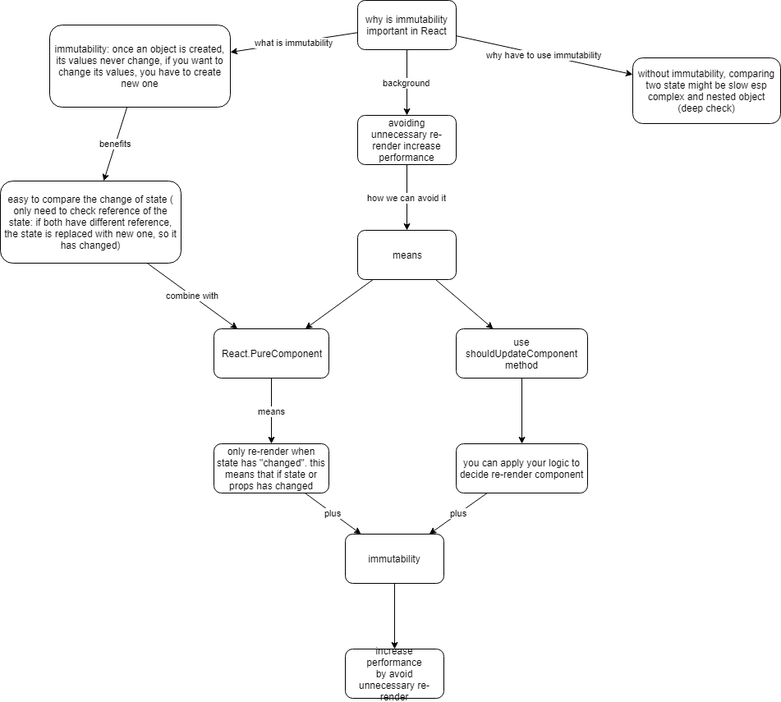
stsiwo/react_redux_concept keeps this draw.io diagram as immutability.png. Above is the earlier version. Source tidied: cells renumbered, new cells last; positions are measured from the earlier drawing's top-left corner, leaving out a move shared by most shapes. The source it was exported from:
```xml
<mxGraphModel>
  <root>
    <mxCell id="0" />
    <mxCell id="1" parent="0" />
    <mxCell id="2" value="background" style="edgeStyle=orthogonalEdgeStyle;rounded=0;html=1;jettySize=auto;" parent="1" edge="1" source="5" target="12">
      <mxGeometry relative="1" as="geometry" />
    </mxCell>
    <mxCell id="3" value="what is immutability" style="edgeStyle=none;rounded=0;html=1;jettySize=auto;" parent="1" edge="1" source="5" target="8">
      <mxGeometry relative="1" as="geometry" />
    </mxCell>
    <mxCell id="4" value="why have to use immutability" style="edgeStyle=none;rounded=0;html=1;jettySize=auto;" parent="1" edge="1" source="5" target="6">
      <mxGeometry relative="1" as="geometry" />
    </mxCell>
    <mxCell id="5" value="why is immutability important in React" style="rounded=1;whiteSpace=wrap;html=1;" parent="1" vertex="1">
      <mxGeometry x="435" width="120" height="60" as="geometry" />
    </mxCell>
    <mxCell id="6" value="without immutability, comparing two state might be slow esp complex and nested object&lt;br&gt;(deep check)&lt;br&gt;" style="rounded=1;whiteSpace=wrap;html=1;" parent="1" vertex="1">
      <mxGeometry x="770" y="70" width="180" height="80" as="geometry" />
    </mxCell>
    <mxCell id="7" value="benefits" style="edgeStyle=none;rounded=0;html=1;jettySize=auto;" parent="1" edge="1" source="8" target="10">
      <mxGeometry relative="1" as="geometry" />
    </mxCell>
    <mxCell id="8" value="immutability: once an object is created, its values never change, if you want to change its values, you have to create new one" style="rounded=1;whiteSpace=wrap;html=1;" parent="1" vertex="1">
      <mxGeometry x="60" y="30" width="220" height="100" as="geometry" />
    </mxCell>
    <mxCell id="9" value="combine with" style="edgeStyle=none;rounded=0;html=1;jettySize=auto;" parent="1" edge="1" source="10" target="21">
      <mxGeometry relative="1" as="geometry" />
    </mxCell>
    <mxCell id="10" value="easy to compare the change of state ( only need to check reference of the state: if both have different reference, the state is replaced with new one, so it has changed)" style="rounded=1;whiteSpace=wrap;html=1;" parent="1" vertex="1">
      <mxGeometry y="220" width="220" height="100" as="geometry" />
    </mxCell>
    <mxCell id="11" value="how we can avoid it" style="edgeStyle=orthogonalEdgeStyle;rounded=0;html=1;jettySize=auto;" parent="1" edge="1" source="12" target="15">
      <mxGeometry relative="1" as="geometry" />
    </mxCell>
    <mxCell id="12" value="avoiding unnecessary re-render increase performance" style="rounded=1;whiteSpace=wrap;html=1;" parent="1" vertex="1">
      <mxGeometry x="435" y="140" width="120" height="60" as="geometry" />
    </mxCell>
    <mxCell id="13" style="rounded=0;html=1;jettySize=auto;" parent="1" edge="1" source="15" target="21">
      <mxGeometry relative="1" as="geometry" />
    </mxCell>
    <mxCell id="14" style="edgeStyle=none;rounded=0;html=1;jettySize=auto;" parent="1" edge="1" source="15" target="17">
      <mxGeometry relative="1" as="geometry" />
    </mxCell>
    <mxCell id="15" value="means" style="rounded=1;whiteSpace=wrap;html=1;" parent="1" vertex="1">
      <mxGeometry x="435" y="280" width="120" height="60" as="geometry" />
    </mxCell>
    <mxCell id="16" style="edgeStyle=none;rounded=0;html=1;jettySize=auto;" parent="1" edge="1" source="17" target="19">
      <mxGeometry relative="1" as="geometry" />
    </mxCell>
    <mxCell id="17" value="use shouldUpdateComponent method" style="rounded=1;whiteSpace=wrap;html=1;" parent="1" vertex="1">
      <mxGeometry x="555" y="400" width="160" height="60" as="geometry" />
    </mxCell>
    <mxCell id="18" value="plus" style="edgeStyle=none;rounded=0;html=1;jettySize=auto;" parent="1" edge="1" source="19" target="25">
      <mxGeometry relative="1" as="geometry" />
    </mxCell>
    <mxCell id="19" value="you can apply your logic to decide re-render component" style="rounded=1;whiteSpace=wrap;html=1;" parent="1" vertex="1">
      <mxGeometry x="555" y="540" width="160" height="60" as="geometry" />
    </mxCell>
    <mxCell id="20" value="means" style="edgeStyle=none;rounded=0;html=1;jettySize=auto;" parent="1" edge="1" source="21" target="23">
      <mxGeometry relative="1" as="geometry" />
    </mxCell>
    <mxCell id="21" value="React.PureComponent" style="rounded=1;whiteSpace=wrap;html=1;" parent="1" vertex="1">
      <mxGeometry x="260" y="400" width="140" height="60" as="geometry" />
    </mxCell>
    <mxCell id="22" value="plus" style="edgeStyle=none;rounded=0;html=1;jettySize=auto;" parent="1" edge="1" source="23" target="25">
      <mxGeometry relative="1" as="geometry" />
    </mxCell>
    <mxCell id="23" value="only re-render when state has &quot;changed&quot;. this means that if state or props has changed" style="rounded=1;whiteSpace=wrap;html=1;" parent="1" vertex="1">
      <mxGeometry x="260" y="540" width="140" height="60" as="geometry" />
    </mxCell>
    <mxCell id="24" style="edgeStyle=none;rounded=0;html=1;jettySize=auto;" parent="1" edge="1" source="25" target="26">
      <mxGeometry relative="1" as="geometry" />
    </mxCell>
    <mxCell id="25" value="immutability" style="rounded=1;whiteSpace=wrap;html=1;" parent="1" vertex="1">
      <mxGeometry x="420" y="650" width="120" height="60" as="geometry" />
    </mxCell>
    <mxCell id="26" value="increase performance&lt;br&gt;by avoid unnecessary re-render&lt;br&gt;" style="rounded=1;whiteSpace=wrap;html=1;" parent="1" vertex="1">
      <mxGeometry x="420" y="790" width="120" height="60" as="geometry" />
    </mxCell>
  </root>
</mxGraphModel>
```
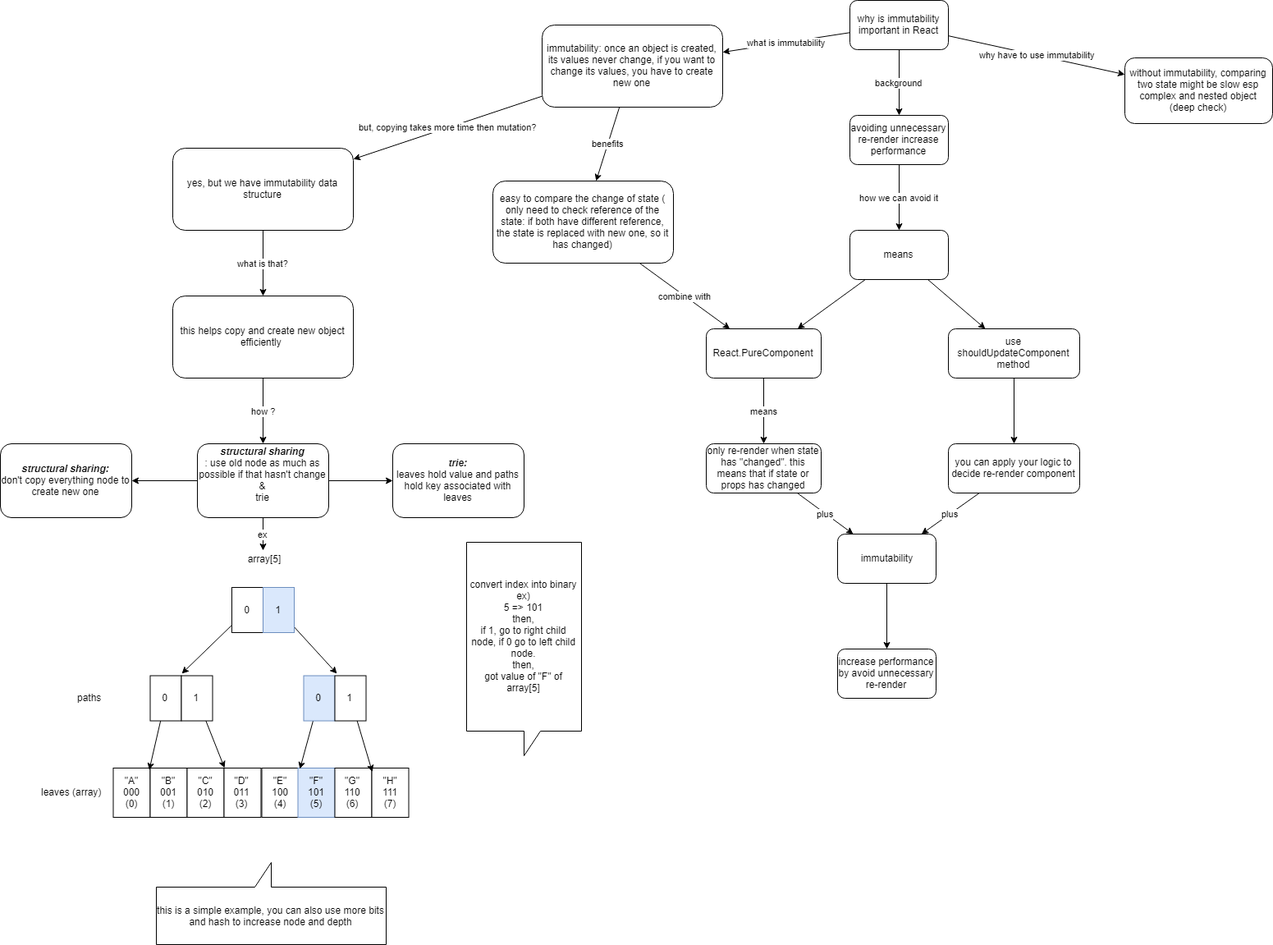
The same diagram one commit later.

The edit, as a diff of the source:
```diff
@@ -20,9 +20,44 @@
     <mxCell id="7" value="benefits" style="edgeStyle=none;rounded=0;html=1;jettySize=auto;" parent="1" edge="1" source="8" target="10">
       <mxGeometry relative="1" as="geometry" />
     </mxCell>
+    <mxCell id="27" value="but, copying takes more time then mutation?" style="rounded=0;html=1;jettySize=auto;" parent="1" edge="1" source="8" target="29">
+      <mxGeometry relative="1" as="geometry" />
+    </mxCell>
     <mxCell id="8" value="immutability: once an object is created, its values never change, if you want to change its values, you have to create new one" style="rounded=1;whiteSpace=wrap;html=1;" parent="1" vertex="1">
       <mxGeometry x="60" y="30" width="220" height="100" as="geometry" />
     </mxCell>
+    <mxCell id="28" value="what is that?" style="edgeStyle=none;rounded=0;html=1;jettySize=auto;" parent="1" edge="1" source="29" target="31">
+      <mxGeometry relative="1" as="geometry" />
+    </mxCell>
+    <mxCell id="29" value="yes, but we have immutability data structure" style="rounded=1;whiteSpace=wrap;html=1;" parent="1" vertex="1">
+      <mxGeometry x="-390" y="180" width="220" height="100" as="geometry" />
+    </mxCell>
+    <mxCell id="30" value="how ?" style="edgeStyle=none;rounded=0;html=1;jettySize=auto;" parent="1" edge="1" source="31" target="35">
+      <mxGeometry relative="1" as="geometry" />
+    </mxCell>
+    <mxCell id="31" value="this helps copy and create new object efficiently&amp;nbsp;" style="rounded=1;whiteSpace=wrap;html=1;" parent="1" vertex="1">
+      <mxGeometry x="-390" y="360" width="220" height="100" as="geometry" />
+    </mxCell>
+    <mxCell id="32" value="ex" style="edgeStyle=none;rounded=0;html=1;jettySize=auto;" parent="1" edge="1" source="35">
+      <mxGeometry relative="1" as="geometry">
+        <mxPoint x="-280" y="670" as="targetPoint" />
+      </mxGeometry>
+    </mxCell>
+    <mxCell id="33" style="edgeStyle=none;rounded=0;html=1;jettySize=auto;" parent="1" edge="1" source="35" target="37">
+      <mxGeometry relative="1" as="geometry" />
+    </mxCell>
+    <mxCell id="34" style="edgeStyle=none;rounded=0;html=1;jettySize=auto;" parent="1" edge="1" source="35" target="36">
+      <mxGeometry relative="1" as="geometry" />
+    </mxCell>
+    <mxCell id="35" value="&lt;b&gt;&lt;i&gt;structural sharing&lt;/i&gt;&lt;/b&gt;&lt;br&gt;: use old node as much as possible if that hasn't change&lt;br&gt;&amp;amp;&lt;br&gt;trie&lt;br&gt;&lt;br&gt;" style="rounded=1;whiteSpace=wrap;html=1;" parent="1" vertex="1">
+      <mxGeometry x="-360" y="540" width="160" height="90" as="geometry" />
+    </mxCell>
+    <mxCell id="36" value="&lt;i style=&quot;font-weight: bold&quot;&gt;trie:&lt;/i&gt;&lt;br&gt;leaves hold value and paths hold key associated with leaves&lt;br&gt;" style="rounded=1;whiteSpace=wrap;html=1;" parent="1" vertex="1">
+      <mxGeometry x="-122" y="540" width="160" height="90" as="geometry" />
+    </mxCell>
+    <mxCell id="37" value="&lt;b&gt;&lt;i&gt;structural sharing:&lt;/i&gt;&lt;/b&gt;&lt;br&gt;don't copy everything node to create new one&lt;br&gt;" style="rounded=1;whiteSpace=wrap;html=1;" parent="1" vertex="1">
+      <mxGeometry x="-600" y="540" width="160" height="90" as="geometry" />
+    </mxCell>
     <mxCell id="9" value="combine with" style="edgeStyle=none;rounded=0;html=1;jettySize=auto;" parent="1" edge="1" source="10" target="21">
       <mxGeometry relative="1" as="geometry" />
     </mxCell>
@@ -77,5 +112,84 @@
     <mxCell id="26" value="increase performance&lt;br&gt;by avoid unnecessary re-render&lt;br&gt;" style="rounded=1;whiteSpace=wrap;html=1;" parent="1" vertex="1">
       <mxGeometry x="420" y="790" width="120" height="60" as="geometry" />
     </mxCell>
+    <mxCell id="38" value="&quot;A&quot;&lt;br&gt;000&lt;br&gt;(0)&lt;br&gt;" style="rounded=0;whiteSpace=wrap;html=1;" parent="1" vertex="1">
+      <mxGeometry x="-462.5" y="935" width="45" height="60" as="geometry" />
+    </mxCell>
+    <mxCell id="39" value="&quot;B&quot;&lt;br&gt;001&lt;br&gt;(1)&lt;br&gt;" style="rounded=0;whiteSpace=wrap;html=1;" parent="1" vertex="1">
+      <mxGeometry x="-417.5" y="935" width="45" height="60" as="geometry" />
+    </mxCell>
+    <mxCell id="40" value="&quot;C&quot;&lt;br&gt;010&lt;br&gt;(2)&lt;br&gt;" style="rounded=0;whiteSpace=wrap;html=1;" parent="1" vertex="1">
+      <mxGeometry x="-372.5" y="935" width="45" height="60" as="geometry" />
+    </mxCell>
+    <mxCell id="41" value="&quot;D&quot;&lt;br&gt;011&lt;br&gt;(3)&lt;br&gt;" style="rounded=0;whiteSpace=wrap;html=1;" parent="1" vertex="1">
+      <mxGeometry x="-327.5" y="935" width="45" height="60" as="geometry" />
+    </mxCell>
+    <mxCell id="42" value="&quot;E&quot;&lt;br&gt;100&lt;br&gt;(4)&lt;br&gt;" style="rounded=0;whiteSpace=wrap;html=1;" parent="1" vertex="1">
+      <mxGeometry x="-281.5" y="935" width="45" height="60" as="geometry" />
+    </mxCell>
+    <mxCell id="43" value="&quot;F&quot;&lt;br&gt;101&lt;br&gt;(5)&lt;br&gt;" style="rounded=0;whiteSpace=wrap;html=1;fillColor=#dae8fc;strokeColor=#6c8ebf;" parent="1" vertex="1">
+      <mxGeometry x="-237.5" y="935" width="45" height="60" as="geometry" />
+    </mxCell>
+    <mxCell id="44" value="&quot;G&quot;&lt;br&gt;110&lt;br&gt;(6)&lt;br&gt;" style="rounded=0;whiteSpace=wrap;html=1;" parent="1" vertex="1">
+      <mxGeometry x="-192.5" y="935" width="45" height="60" as="geometry" />
+    </mxCell>
+    <mxCell id="45" value="&quot;H&quot;&lt;br&gt;111&lt;br&gt;(7)&lt;br&gt;" style="rounded=0;whiteSpace=wrap;html=1;" parent="1" vertex="1">
+      <mxGeometry x="-147.5" y="935" width="45" height="60" as="geometry" />
+    </mxCell>
+    <mxCell id="46" value="leaves (array)" style="text;html=1;align=left;verticalAlign=top;spacingTop=-4;" parent="1" vertex="1">
+      <mxGeometry x="-552.5" y="955" width="90" height="20" as="geometry" />
+    </mxCell>
+    <mxCell id="47" style="edgeStyle=none;rounded=0;html=1;entryX=-0.025;entryY=0.038;entryPerimeter=0;jettySize=auto;" parent="1" edge="1" source="48" target="39">
+      <mxGeometry relative="1" as="geometry" />
+    </mxCell>
+    <mxCell id="48" value="0" style="rounded=0;whiteSpace=wrap;html=1;" parent="1" vertex="1">
+      <mxGeometry x="-417.5" y="822.5" width="38" height="55" as="geometry" />
+    </mxCell>
+    <mxCell id="49" style="edgeStyle=none;rounded=0;html=1;jettySize=auto;entryX=1.014;entryY=-0.001;entryPerimeter=0;" parent="1" edge="1" source="50" target="40">
+      <mxGeometry relative="1" as="geometry" />
+    </mxCell>
+    <mxCell id="50" value="1" style="rounded=0;whiteSpace=wrap;html=1;" parent="1" vertex="1">
+      <mxGeometry x="-379.5" y="822.5" width="38" height="55" as="geometry" />
+    </mxCell>
+    <mxCell id="51" style="edgeStyle=none;rounded=0;html=1;entryX=1.027;entryY=0.019;entryPerimeter=0;jettySize=auto;" parent="1" edge="1" source="52" target="42">
+      <mxGeometry relative="1" as="geometry" />
+    </mxCell>
+    <mxCell id="52" value="0" style="rounded=0;whiteSpace=wrap;html=1;fillColor=#dae8fc;strokeColor=#6c8ebf;" parent="1" vertex="1">
+      <mxGeometry x="-230.5" y="822.5" width="38" height="55" as="geometry" />
+    </mxCell>
+    <mxCell id="53" style="edgeStyle=none;rounded=0;html=1;jettySize=auto;entryX=1.014;entryY=0.077;entryPerimeter=0;" parent="1" edge="1" source="54" target="44">
+      <mxGeometry relative="1" as="geometry" />
+    </mxCell>
+    <mxCell id="54" value="1" style="rounded=0;whiteSpace=wrap;html=1;" parent="1" vertex="1">
+      <mxGeometry x="-192.5" y="822.5" width="38" height="55" as="geometry" />
+    </mxCell>
+    <mxCell id="55" style="edgeStyle=none;rounded=0;html=1;jettySize=auto;" parent="1" edge="1" source="56">
+      <mxGeometry relative="1" as="geometry">
+        <mxPoint x="-379" y="820" as="targetPoint" />
+      </mxGeometry>
+    </mxCell>
+    <mxCell id="56" value="0" style="rounded=0;whiteSpace=wrap;html=1;" parent="1" vertex="1">
+      <mxGeometry x="-318" y="715" width="38" height="55" as="geometry" />
+    </mxCell>
+    <mxCell id="57" style="edgeStyle=none;rounded=0;html=1;jettySize=auto;" parent="1" edge="1" source="58">
+      <mxGeometry relative="1" as="geometry">
+        <mxPoint x="-190" y="820" as="targetPoint" />
+      </mxGeometry>
+    </mxCell>
+    <mxCell id="58" value="1" style="rounded=0;whiteSpace=wrap;html=1;fillColor=#dae8fc;strokeColor=#6c8ebf;" parent="1" vertex="1">
+      <mxGeometry x="-280" y="715" width="38" height="55" as="geometry" />
+    </mxCell>
+    <mxCell id="59" value="paths" style="text;html=1;align=left;verticalAlign=top;spacingTop=-4;" parent="1" vertex="1">
+      <mxGeometry x="-508" y="840" width="40" height="20" as="geometry" />
+    </mxCell>
+    <mxCell id="60" value="array[5]" style="text;html=1;strokeColor=none;fillColor=none;align=center;verticalAlign=middle;whiteSpace=wrap;rounded=0;" parent="1" vertex="1">
+      <mxGeometry x="-299" y="670" width="40" height="20" as="geometry" />
+    </mxCell>
+    <mxCell id="61" value="convert index into binary&lt;br&gt;ex)&lt;br&gt;5 =&amp;gt; 101&lt;br&gt;then,&lt;br&gt;if 1, go to right child node, if 0 go to left child node.&lt;br&gt;then,&lt;br&gt;got value of &quot;F&quot; of array[5]&lt;br&gt;" style="shape=callout;whiteSpace=wrap;html=1;perimeter=calloutPerimeter;" parent="1" vertex="1">
+      <mxGeometry x="-32" y="660" width="140" height="260" as="geometry" />
+    </mxCell>
+    <mxCell id="62" value="this is a simple example, you can also use more bits and hash to increase node and depth" style="shape=callout;whiteSpace=wrap;html=1;perimeter=calloutPerimeter;direction=west;" parent="1" vertex="1">
+      <mxGeometry x="-410" y="1050" width="280" height="100" as="geometry" />
+    </mxCell>
   </root>
 </mxGraphModel>
```
